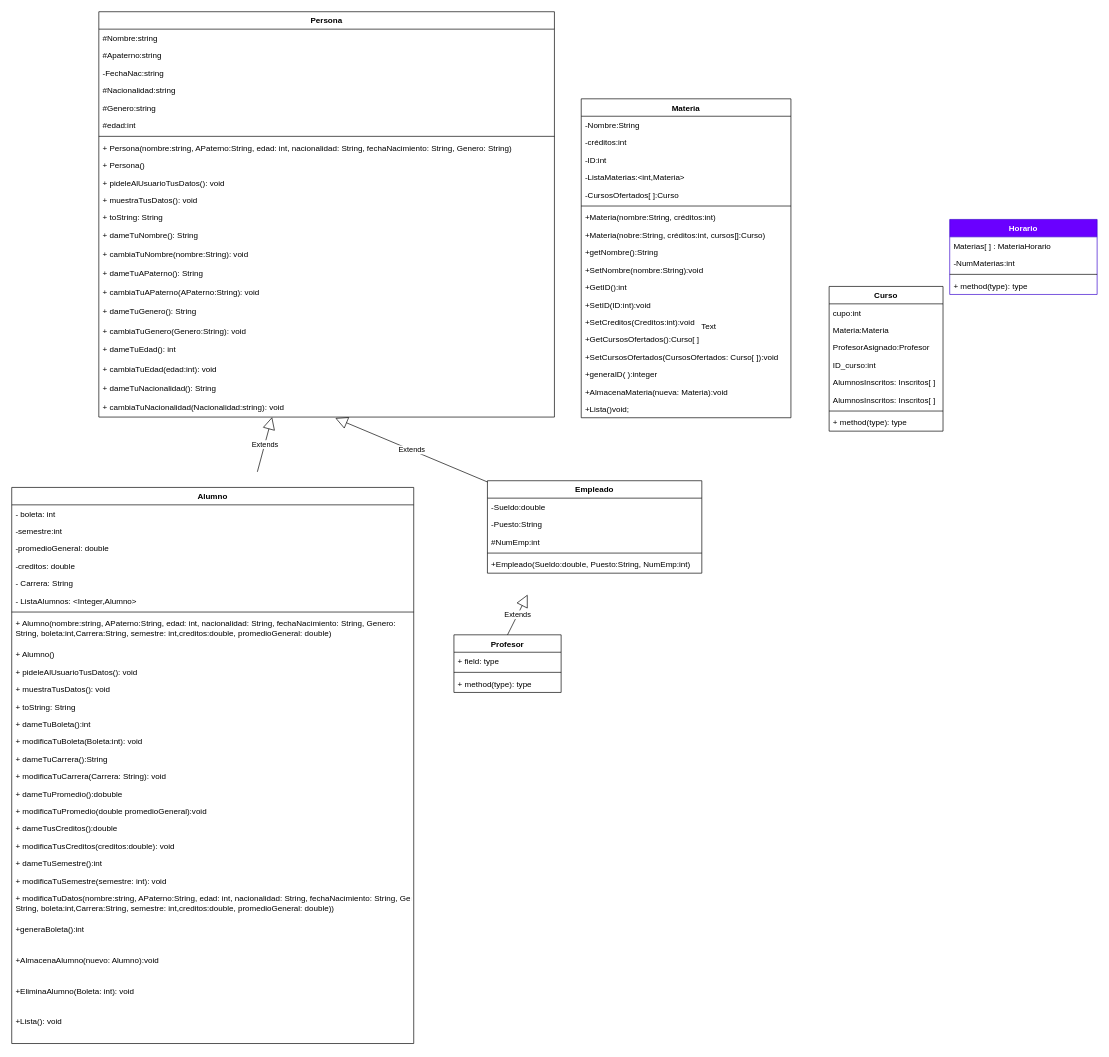
The draw.io diagram ControlEscolar.drawio in Sam200018/ControlEscolar, before the edit. Source tidied: cells renumbered, new cells numbered last; positions are measured from the earlier drawing's top-left corner, leaving out a move shared by most shapes. Both pictures are drawn from the tidied source at 67%, with x=0, y=0 at pixel (11, 11).
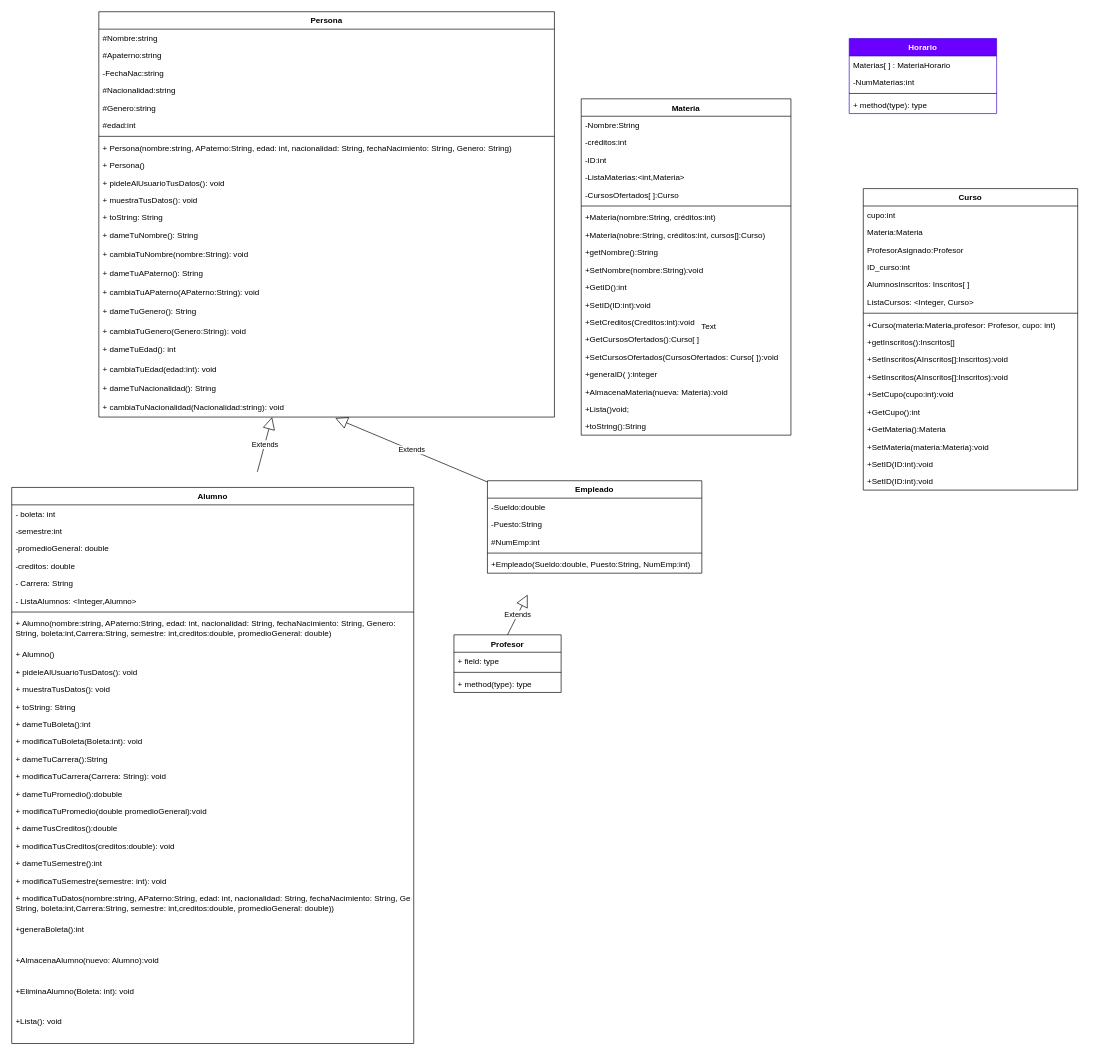
The same page after the edit.

Diff of the diagram source:
```diff
@@
     <mxCell id="57" value="Materia" style="swimlane;fontStyle=1;align=center;verticalAlign=top;horizontal=1;startSize=26;" parent="1" vertex="1">
-      <mxGeometry x="850" y="130" width="313" height="476" as="geometry" />
+      <mxGeometry x="850" y="130" width="313" height="502" as="geometry" />
     </mxCell>
@@
+    <mxCell id="100" value="+toString():String" style="text;strokeColor=none;fillColor=none;align=left;verticalAlign=top;spacingLeft=4;spacingRight=4;overflow=hidden;" parent="57" vertex="1">
+      <mxGeometry y="476" width="313" height="26" as="geometry" />
+    </mxCell>
@@
     <mxCell id="82" value="Curso" style="swimlane;fontStyle=1;align=center;verticalAlign=top;horizontal=1;startSize=26;" parent="1" vertex="1">
-      <mxGeometry x="1220" y="410" width="170" height="216" as="geometry" />
+      <mxGeometry x="1271" y="264" width="320" height="450" as="geometry" />
     </mxCell>
     <mxCell id="83" value="cupo:int" style="text;strokeColor=none;fillColor=none;align=left;verticalAlign=top;spacingLeft=4;spacingRight=4;overflow=hidden;" parent="82" vertex="1">
-      <mxGeometry y="26" width="170" height="26" as="geometry" />
+      <mxGeometry y="26" width="320" height="26" as="geometry" />
     </mxCell>
     <mxCell id="84" value="Materia:Materia" style="text;strokeColor=none;fillColor=none;align=left;verticalAlign=top;spacingLeft=4;spacingRight=4;overflow=hidden;" parent="82" vertex="1">
-      <mxGeometry y="52" width="170" height="26" as="geometry" />
+      <mxGeometry y="52" width="320" height="26" as="geometry" />
     </mxCell>
     <mxCell id="85" value="ProfesorAsignado:Profesor" style="text;strokeColor=none;fillColor=none;align=left;verticalAlign=top;spacingLeft=4;spacingRight=4;overflow=hidden;" parent="82" vertex="1">
-      <mxGeometry y="78" width="170" height="26" as="geometry" />
+      <mxGeometry y="78" width="320" height="26" as="geometry" />
     </mxCell>
     <mxCell id="86" value="ID_curso:int" style="text;strokeColor=none;fillColor=none;align=left;verticalAlign=top;spacingLeft=4;spacingRight=4;overflow=hidden;" parent="82" vertex="1">
-      <mxGeometry y="104" width="170" height="26" as="geometry" />
+      <mxGeometry y="104" width="320" height="26" as="geometry" />
     </mxCell>
     <mxCell id="87" value="AlumnosInscritos: Inscritos[ ] " style="text;strokeColor=none;fillColor=none;align=left;verticalAlign=top;spacingLeft=4;spacingRight=4;overflow=hidden;" parent="82" vertex="1">
-      <mxGeometry y="130" width="170" height="26" as="geometry" />
+      <mxGeometry y="130" width="320" height="26" as="geometry" />
     </mxCell>
-    <mxCell id="88" value="AlumnosInscritos: Inscritos[ ] " style="text;strokeColor=none;fillColor=none;align=left;verticalAlign=top;spacingLeft=4;spacingRight=4;overflow=hidden;" parent="82" vertex="1">
-      <mxGeometry y="156" width="170" height="26" as="geometry" />
+    <mxCell id="88" value="ListaCursos: &lt;Integer, Curso&gt; " style="text;strokeColor=none;fillColor=none;align=left;verticalAlign=top;spacingLeft=4;spacingRight=4;overflow=hidden;" parent="82" vertex="1">
+      <mxGeometry y="156" width="320" height="26" as="geometry" />
     </mxCell>
     <mxCell id="89" style="line;strokeWidth=1;fillColor=none;align=left;verticalAlign=middle;spacingTop=-1;spacingLeft=3;spacingRight=3;labelPosition=right;" parent="82" vertex="1">
-      <mxGeometry y="182" width="170" height="8" as="geometry" />
+      <mxGeometry y="182" width="320" height="8" as="geometry" />
     </mxCell>
-    <mxCell id="90" value="+ method(type): type" style="text;strokeColor=none;fillColor=none;align=left;verticalAlign=top;spacingLeft=4;spacingRight=4;overflow=hidden;" parent="82" vertex="1">
-      <mxGeometry y="190" width="170" height="26" as="geometry" />
+    <mxCell id="90" value="+Curso(materia:Materia,profesor: Profesor, cupo: int)" style="text;strokeColor=none;fillColor=none;align=left;verticalAlign=top;spacingLeft=4;spacingRight=4;overflow=hidden;" parent="82" vertex="1">
+      <mxGeometry y="190" width="320" height="26" as="geometry" />
     </mxCell>
+    <mxCell id="101" value="+getInscritos():Inscritos[]" style="text;strokeColor=none;fillColor=none;align=left;verticalAlign=top;spacingLeft=4;spacingRight=4;overflow=hidden;" parent="82" vertex="1">
+      <mxGeometry y="216" width="320" height="26" as="geometry" />
+    </mxCell>
+    <mxCell id="102" value="+SetInscritos(AInscritos[]:Inscritos):void" style="text;strokeColor=none;fillColor=none;align=left;verticalAlign=top;spacingLeft=4;spacingRight=4;overflow=hidden;" parent="82" vertex="1">
+      <mxGeometry y="242" width="320" height="26" as="geometry" />
+    </mxCell>
+    <mxCell id="103" value="+SetInscritos(AInscritos[]:Inscritos):void" style="text;strokeColor=none;fillColor=none;align=left;verticalAlign=top;spacingLeft=4;spacingRight=4;overflow=hidden;" parent="82" vertex="1">
+      <mxGeometry y="268" width="320" height="26" as="geometry" />
+    </mxCell>
+    <mxCell id="104" value="+SetCupo(cupo:int):void" style="text;strokeColor=none;fillColor=none;align=left;verticalAlign=top;spacingLeft=4;spacingRight=4;overflow=hidden;" parent="82" vertex="1">
+      <mxGeometry y="294" width="320" height="26" as="geometry" />
+    </mxCell>
+    <mxCell id="105" value="+GetCupo():int" style="text;strokeColor=none;fillColor=none;align=left;verticalAlign=top;spacingLeft=4;spacingRight=4;overflow=hidden;" parent="82" vertex="1">
+      <mxGeometry y="320" width="320" height="26" as="geometry" />
+    </mxCell>
+    <mxCell id="106" value="+GetMateria():Materia" style="text;strokeColor=none;fillColor=none;align=left;verticalAlign=top;spacingLeft=4;spacingRight=4;overflow=hidden;" parent="82" vertex="1">
+      <mxGeometry y="346" width="320" height="26" as="geometry" />
+    </mxCell>
+    <mxCell id="107" value="+SetMateria(materia:Materia):void" style="text;strokeColor=none;fillColor=none;align=left;verticalAlign=top;spacingLeft=4;spacingRight=4;overflow=hidden;" parent="82" vertex="1">
+      <mxGeometry y="372" width="320" height="26" as="geometry" />
+    </mxCell>
+    <mxCell id="108" value="+SetID(ID:int):void" style="text;strokeColor=none;fillColor=none;align=left;verticalAlign=top;spacingLeft=4;spacingRight=4;overflow=hidden;" parent="82" vertex="1">
+      <mxGeometry y="398" width="320" height="26" as="geometry" />
+    </mxCell>
+    <mxCell id="109" value="+SetID(ID:int):void" style="text;strokeColor=none;fillColor=none;align=left;verticalAlign=top;spacingLeft=4;spacingRight=4;overflow=hidden;" parent="82" vertex="1">
+      <mxGeometry y="424" width="320" height="26" as="geometry" />
+    </mxCell>
     <mxCell id="91" value="Horario" style="swimlane;fontStyle=1;align=center;verticalAlign=top;horizontal=1;startSize=26;fillColor=#6a00ff;strokeColor=#3700CC;fontColor=#ffffff;" parent="1" vertex="1">
-      <mxGeometry x="1400" y="310" width="220" height="112" as="geometry" />
+      <mxGeometry x="1250" y="40" width="220" height="112" as="geometry" />
     </mxCell>
```
